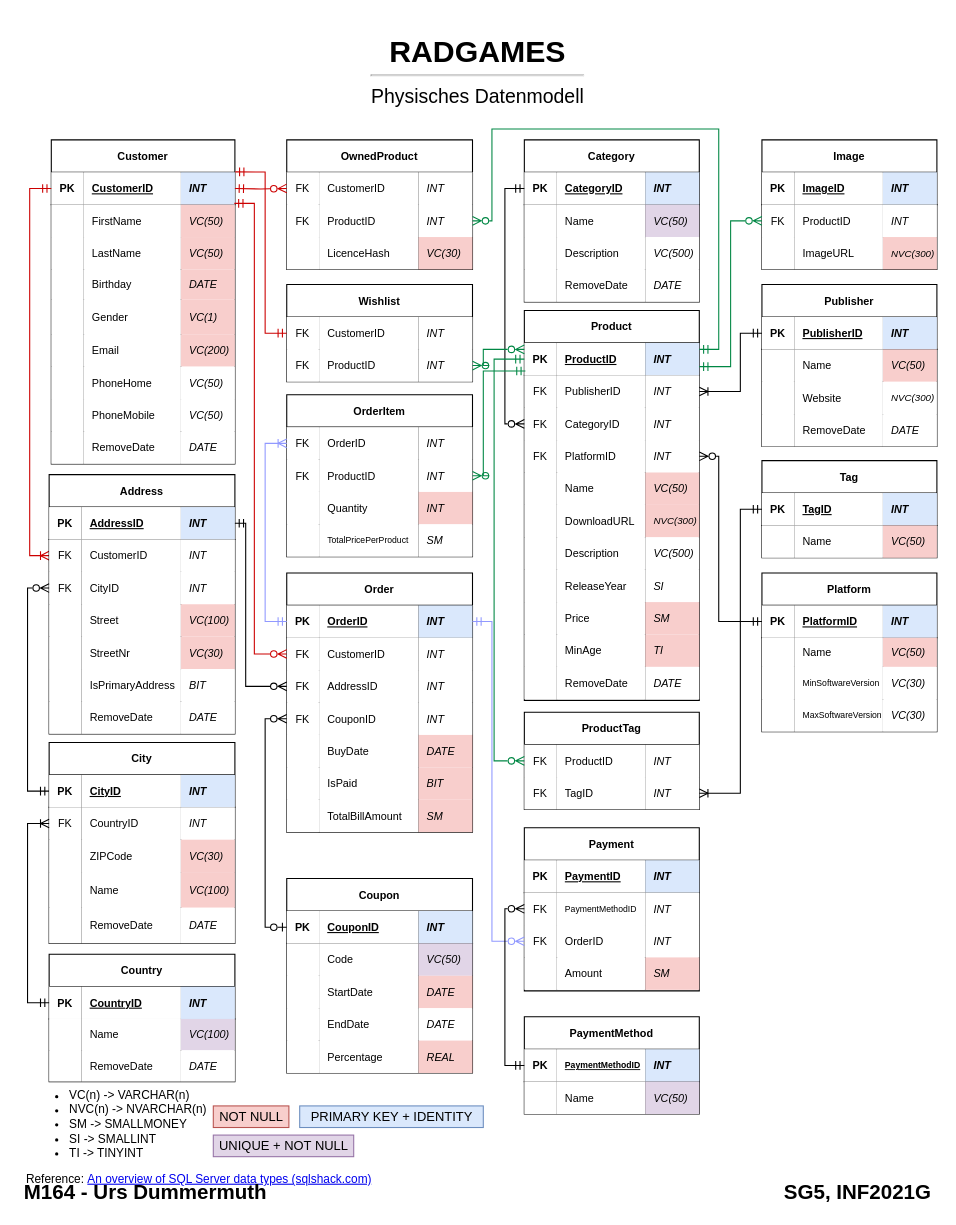
Earlier version of the draw.io diagram page "Physisch" (3 of 3) of Konzepte/Datenmodell.drawio (TD99/gibb-m164). Source tidied: cells renumbered, new cells numbered last; positions are measured from the earlier drawing's top-left corner, leaving out a move shared by most shapes. Both pictures are drawn from the tidied source at 108%, with x=0, y=0 at pixel (18, 29).
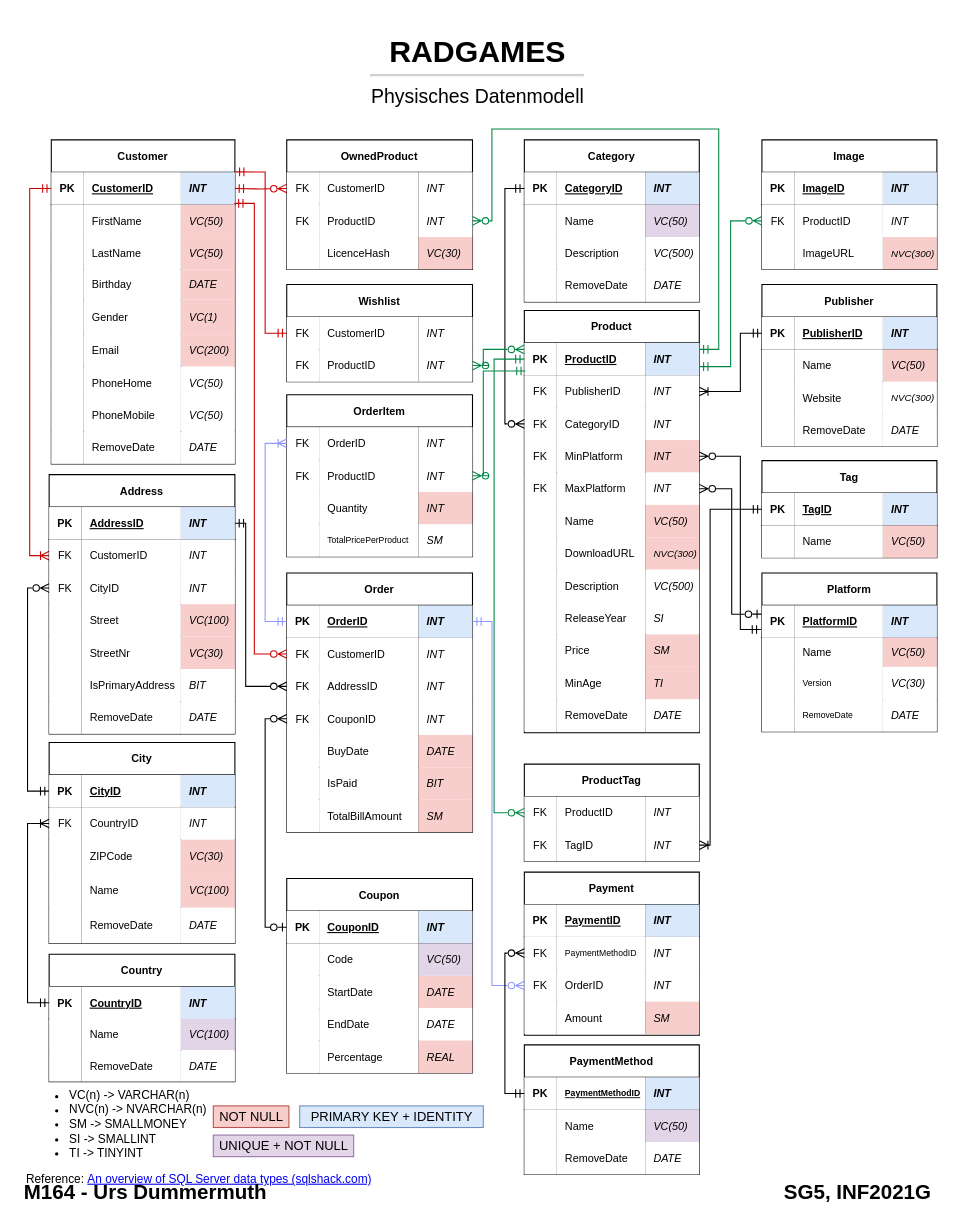
The same page after the edit.

The change refers to these unchanged cells:
```xml
<mxCell id="128" style="shape=tableRow;horizontal=0;startSize=0;swimlaneHead=0;swimlaneBody=0;fillColor=none;points=[[0,0.5],[1,0.5]];portConstraint=eastwest;top=0;left=0;right=0;bottom=1;fontSize=10;" parent="127" vertex="1">
  <mxGeometry y="30" width="172" height="30" as="geometry" />
</mxCell>
<mxCell id="199" style="shape=tableRow;horizontal=0;startSize=0;swimlaneHead=0;swimlaneBody=0;fillColor=none;points=[[0,0.5],[1,0.5]];portConstraint=eastwest;top=0;left=0;right=0;bottom=1;fontSize=10;" parent="198" vertex="1">
  <mxGeometry y="30" width="162" height="30" as="geometry" />
</mxCell>
<mxCell id="211" style="shape=tableRow;horizontal=0;startSize=0;swimlaneHead=0;swimlaneBody=0;fillColor=none;points=[[0,0.5],[1,0.5]];portConstraint=eastwest;top=0;left=0;right=0;bottom=0;fontSize=10;" parent="198" vertex="1">
  <mxGeometry y="120" width="162" height="30" as="geometry" />
</mxCell>
<mxCell id="246" style="shape=tableRow;horizontal=0;startSize=0;swimlaneHead=0;swimlaneBody=0;fillColor=none;points=[[0,0.5],[1,0.5]];portConstraint=eastwest;top=0;left=0;right=0;bottom=0;fontSize=10;" parent="245" vertex="1">
  <mxGeometry y="30" width="162" height="30" as="geometry" />
</mxCell>
<mxCell id="250" style="shape=tableRow;horizontal=0;startSize=0;swimlaneHead=0;swimlaneBody=0;fillColor=none;points=[[0,0.5],[1,0.5]];portConstraint=eastwest;top=0;left=0;right=0;bottom=0;fontSize=10;" parent="245" vertex="1">
  <mxGeometry y="60" width="162" height="30" as="geometry" />
</mxCell>
<mxCell id="281" style="shape=tableRow;horizontal=0;startSize=0;swimlaneHead=0;swimlaneBody=0;fillColor=none;points=[[0,0.5],[1,0.5]];portConstraint=eastwest;top=0;left=0;right=0;bottom=0;fontSize=10;" parent="276" vertex="1">
  <mxGeometry y="60" width="162" height="30" as="geometry" />
</mxCell>
<mxCell id="285" style="shape=tableRow;horizontal=0;startSize=0;swimlaneHead=0;swimlaneBody=0;fillColor=none;points=[[0,0.5],[1,0.5]];portConstraint=eastwest;top=0;left=0;right=0;bottom=0;fontSize=10;" parent="276" vertex="1">
  <mxGeometry y="90" width="162" height="30" as="geometry" />
</mxCell>
<mxCell id="294" style="shape=tableRow;horizontal=0;startSize=0;swimlaneHead=0;swimlaneBody=0;fillColor=none;points=[[0,0.5],[1,0.5]];portConstraint=eastwest;top=0;left=0;right=0;bottom=1;fontSize=10;" parent="293" vertex="1">
  <mxGeometry y="30" width="162" height="30" as="geometry" />
</mxCell>
<mxCell id="340" style="shape=tableRow;horizontal=0;startSize=0;swimlaneHead=0;swimlaneBody=0;fillColor=none;points=[[0,0.5],[1,0.5]];portConstraint=eastwest;top=0;left=0;right=0;bottom=1;fontSize=10;" parent="339" vertex="1">
  <mxGeometry y="30" width="162" height="30" as="geometry" />
</mxCell>
<mxCell id="349" style="shape=tableRow;horizontal=0;startSize=0;swimlaneHead=0;swimlaneBody=0;fillColor=none;points=[[0,0.5],[1,0.5]];portConstraint=eastwest;top=0;left=0;right=0;bottom=1;fontSize=10;" parent="348" vertex="1">
  <mxGeometry y="30" width="162" height="30" as="geometry" />
</mxCell>
<mxCell id="357" style="shape=tableRow;horizontal=0;startSize=0;swimlaneHead=0;swimlaneBody=0;fillColor=none;top=0;left=0;right=0;bottom=0;fontSize=10;" parent="348" vertex="1">
  <mxGeometry y="87" width="162" height="30" as="geometry" />
</mxCell>
<mxCell id="361" style="shape=tableRow;horizontal=0;startSize=0;swimlaneHead=0;swimlaneBody=0;fillColor=none;top=0;left=0;right=0;bottom=0;fontSize=10;" parent="348" vertex="1">
  <mxGeometry y="117" width="162" height="30" as="geometry" />
</mxCell>
```

What changed in the source:
```diff
@@
     <mxCell id="198" value="Product" style="shape=table;startSize=30;childLayout=tableLayout;rowLines=0;fontStyle=1;align=center;fontSize=10;fillColor=default;" parent="1" vertex="1">
-      <mxGeometry x="468" y="260" width="162" height="361" as="geometry" />
+      <mxGeometry x="468" y="260" width="162" height="391" as="geometry" />
     </mxCell>
@@
-    <mxCell id="212" value="FK" style="shape=partialRectangle;fillColor=default;top=0;left=0;bottom=0;right=0;overflow=hidden;fontSize=10;" parent="211" vertex="1">
-      <mxGeometry width="30" height="30" as="geometry" />
-    </mxCell>
-    <mxCell id="213" value="PlatformID" style="shape=partialRectangle;fillColor=default;top=0;left=0;bottom=0;right=0;align=left;spacingLeft=6;overflow=hidden;fontSize=10;" parent="211" vertex="1">
-      <mxGeometry x="30" width="82" height="30" as="geometry" />
-    </mxCell>
+    <mxCell id="371" value="FK" style="shape=partialRectangle;fillColor=default;top=0;left=0;bottom=0;right=0;overflow=hidden;fontSize=10;" parent="211" vertex="1">
+      <mxGeometry width="30" height="30" as="geometry" />
+    </mxCell>
+    <mxCell id="372" value="MinPlatform" style="shape=partialRectangle;fillColor=default;top=0;left=0;bottom=0;right=0;align=left;spacingLeft=6;overflow=hidden;fontSize=10;" parent="211" vertex="1">
+      <mxGeometry x="30" width="82" height="30" as="geometry" />
+    </mxCell>
+    <mxCell id="373" value="INT" style="shape=partialRectangle;fillColor=#f8cecc;top=0;left=0;bottom=0;right=0;align=left;spacingLeft=6;overflow=hidden;fontSize=10;fontStyle=2;strokeColor=#b85450;" parent="211" vertex="1">
+      <mxGeometry x="112" width="50" height="30" as="geometry" />
+    </mxCell>
+    <mxCell id="374" style="shape=tableRow;horizontal=0;startSize=0;swimlaneHead=0;swimlaneBody=0;fillColor=none;points=[[0,0.5],[1,0.5]];portConstraint=eastwest;top=0;left=0;right=0;bottom=0;fontSize=10;" parent="198" vertex="1">
+      <mxGeometry y="150" width="162" height="30" as="geometry" />
+    </mxCell>
+    <mxCell id="375" value="FK" style="shape=partialRectangle;fillColor=default;top=0;left=0;bottom=0;right=0;overflow=hidden;fontSize=10;" parent="374" vertex="1">
+      <mxGeometry width="30" height="30" as="geometry" />
+    </mxCell>
+    <mxCell id="376" value="MaxPlatform" style="shape=partialRectangle;fillColor=default;top=0;left=0;bottom=0;right=0;align=left;spacingLeft=6;overflow=hidden;fontSize=10;" parent="374" vertex="1">
+      <mxGeometry x="30" width="82" height="30" as="geometry" />
+    </mxCell>
-    <mxCell id="214" value="INT" style="shape=partialRectangle;fillColor=default;top=0;left=0;bottom=0;right=0;align=left;spacingLeft=6;overflow=hidden;fontSize=10;fontStyle=2;" parent="211" vertex="1">
+    <mxCell id="214" value="INT" style="shape=partialRectangle;fillColor=default;top=0;left=0;bottom=0;right=0;align=left;spacingLeft=6;overflow=hidden;fontSize=10;fontStyle=2;" parent="374" vertex="1">
       <mxGeometry x="112" width="50" height="30" as="geometry" />
     </mxCell>
     <mxCell id="215" style="shape=tableRow;horizontal=0;startSize=0;swimlaneHead=0;swimlaneBody=0;fillColor=none;top=0;left=0;right=0;bottom=0;fontSize=10;" parent="198" vertex="1">
-      <mxGeometry y="150" width="162" height="30" as="geometry" />
+      <mxGeometry y="180" width="162" height="30" as="geometry" />
     </mxCell>
@@
     <mxCell id="219" style="shape=tableRow;horizontal=0;startSize=0;swimlaneHead=0;swimlaneBody=0;fillColor=none;top=0;left=0;right=0;bottom=0;fontSize=10;" parent="198" vertex="1">
-      <mxGeometry y="180" width="162" height="30" as="geometry" />
+      <mxGeometry y="210" width="162" height="30" as="geometry" />
     </mxCell>
@@
     <mxCell id="223" style="shape=tableRow;horizontal=0;startSize=0;swimlaneHead=0;swimlaneBody=0;fillColor=none;top=0;left=0;right=0;bottom=0;fontSize=10;" parent="198" vertex="1">
-      <mxGeometry y="210" width="162" height="30" as="geometry" />
+      <mxGeometry y="240" width="162" height="30" as="geometry" />
     </mxCell>
@@
     <mxCell id="227" style="shape=tableRow;horizontal=0;startSize=0;swimlaneHead=0;swimlaneBody=0;fillColor=none;top=0;left=0;right=0;bottom=0;fontSize=10;" parent="198" vertex="1">
-      <mxGeometry y="240" width="162" height="30" as="geometry" />
+      <mxGeometry y="270" width="162" height="30" as="geometry" />
     </mxCell>
@@
     <mxCell id="231" style="shape=tableRow;horizontal=0;startSize=0;swimlaneHead=0;swimlaneBody=0;fillColor=none;top=0;left=0;right=0;bottom=0;fontSize=10;" parent="198" vertex="1">
-      <mxGeometry y="270" width="162" height="30" as="geometry" />
+      <mxGeometry y="300" width="162" height="30" as="geometry" />
     </mxCell>
@@
     <mxCell id="235" style="shape=tableRow;horizontal=0;startSize=0;swimlaneHead=0;swimlaneBody=0;fillColor=none;top=0;left=0;right=0;bottom=0;fontSize=10;" parent="198" vertex="1">
-      <mxGeometry y="300" width="162" height="30" as="geometry" />
+      <mxGeometry y="330" width="162" height="30" as="geometry" />
     </mxCell>
@@
     <mxCell id="239" style="shape=tableRow;horizontal=0;startSize=0;swimlaneHead=0;swimlaneBody=0;fillColor=none;top=0;left=0;right=0;bottom=0;fontSize=10;" parent="198" vertex="1">
-      <mxGeometry y="330" width="162" height="30" as="geometry" />
+      <mxGeometry y="360" width="162" height="30" as="geometry" />
     </mxCell>
@@
     <mxCell id="245" value="ProductTag" style="shape=table;startSize=30;childLayout=tableLayout;rowLines=0;fontStyle=1;align=center;fontSize=10;fillColor=none;" parent="1" vertex="1">
-      <mxGeometry x="468" y="632" width="162" height="90" as="geometry" />
+      <mxGeometry x="468" y="680" width="162" height="90" as="geometry" />
     </mxCell>
@@
     <mxCell id="276" value="Payment" style="shape=table;startSize=30;childLayout=tableLayout;rowLines=0;fontStyle=1;align=center;fontSize=10;fillColor=default;" parent="1" vertex="1">
-      <mxGeometry x="468" y="739" width="162" height="151" as="geometry" />
+      <mxGeometry x="468" y="780" width="162" height="151" as="geometry" />
     </mxCell>
@@
     <mxCell id="293" value="PaymentMethod" style="shape=table;startSize=30;childLayout=tableLayout;rowLines=0;fontStyle=1;align=center;fontSize=10;fillColor=default;" parent="1" vertex="1">
-      <mxGeometry x="468" y="914" width="162" height="90" as="geometry" />
+      <mxGeometry x="468" y="940" width="162" height="120" as="geometry" />
     </mxCell>
@@
+    <mxCell id="377" style="shape=tableRow;horizontal=0;startSize=0;swimlaneHead=0;swimlaneBody=0;fillColor=none;top=0;left=0;right=0;bottom=0;fontSize=10;" parent="293" vertex="1">
+      <mxGeometry y="90" width="162" height="30" as="geometry" />
+    </mxCell>
+    <mxCell id="378" style="shape=partialRectangle;fillColor=default;top=0;left=0;bottom=0;right=0;overflow=hidden;fontSize=10;" parent="377" vertex="1">
+      <mxGeometry width="30" height="30" as="geometry" />
+    </mxCell>
+    <mxCell id="379" value="RemoveDate" style="shape=partialRectangle;fillColor=default;top=0;left=0;bottom=0;right=0;align=left;spacingLeft=6;overflow=hidden;fontSize=10;" parent="377" vertex="1">
+      <mxGeometry x="30" width="82" height="30" as="geometry" />
+    </mxCell>
+    <mxCell id="380" value="DATE" style="shape=partialRectangle;top=0;left=0;bottom=0;right=0;align=left;spacingLeft=6;overflow=hidden;fontSize=10;fontStyle=2;" parent="377" vertex="1">
+      <mxGeometry x="112" width="50" height="30" as="geometry" />
+    </mxCell>
@@
     <mxCell id="304" style="rounded=0;jettySize=auto;html=1;startArrow=ERzeroToMany;startFill=0;endArrow=ERmandOne;endFill=0;exitX=0;exitY=0.5;exitDx=0;exitDy=0;entryX=0;entryY=0.5;entryDx=0;entryDy=0;edgeStyle=orthogonalEdgeStyle;strokeColor=#008744;" parent="1" edge="1" source="246" target="199">
       <mxGeometry relative="1" as="geometry">
         <Array as="points">
-          <mxPoint x="440" y="677" />
+          <mxPoint x="440" y="725" />
           <mxPoint x="440" y="305" />
         </Array>
       </mxGeometry>
     </mxCell>
     <mxCell id="305" style="edgeStyle=orthogonalEdgeStyle;rounded=0;jettySize=auto;html=1;entryX=1;entryY=0.5;entryDx=0;entryDy=0;startArrow=ERzeroToMany;startFill=0;endArrow=ERmandOne;endFill=0;exitX=0;exitY=0.5;exitDx=0;exitDy=0;strokeColor=#9199FF;" parent="1" edge="1" source="285" target="128">
       <mxGeometry relative="1" as="geometry">
         <Array as="points">
-          <mxPoint x="438" y="844" />
+          <mxPoint x="438" y="885" />
           <mxPoint x="438" y="548" />
         </Array>
       </mxGeometry>
     </mxCell>
     <mxCell id="306" style="edgeStyle=orthogonalEdgeStyle;rounded=0;jettySize=auto;html=1;entryX=0;entryY=0.5;entryDx=0;entryDy=0;startArrow=ERzeroToMany;startFill=0;endArrow=ERmandOne;endFill=0;exitX=0;exitY=0.5;exitDx=0;exitDy=0;" parent="1" edge="1" source="281" target="294">
       <mxGeometry relative="1" as="geometry">
         <Array as="points">
-          <mxPoint x="450" y="814" />
-          <mxPoint x="450" y="959" />
+          <mxPoint x="450" y="855" />
+          <mxPoint x="450" y="985" />
         </Array>
       </mxGeometry>
     </mxCell>
@@
-    <mxCell id="359" value="MinSoftwareVersion" style="shape=partialRectangle;fillColor=default;top=0;left=0;bottom=0;right=0;align=left;spacingLeft=6;overflow=hidden;fontSize=8;" parent="357" vertex="1">
+    <mxCell id="359" value="Version" style="shape=partialRectangle;fillColor=default;top=0;left=0;bottom=0;right=0;align=left;spacingLeft=6;overflow=hidden;fontSize=8;" parent="357" vertex="1">
       <mxGeometry x="30" width="82" height="30" as="geometry" />
     </mxCell>
@@
-    <mxCell id="362" style="shape=partialRectangle;fillColor=default;top=0;left=0;bottom=0;right=0;overflow=hidden;fontSize=10;" parent="361" vertex="1">
-      <mxGeometry width="30" height="30" as="geometry" />
-    </mxCell>
-    <mxCell id="363" value="MaxSoftwareVersion" style="shape=partialRectangle;fillColor=default;top=0;left=0;bottom=0;right=0;align=left;spacingLeft=6;overflow=hidden;fontSize=8;" parent="361" vertex="1">
-      <mxGeometry x="30" width="82" height="30" as="geometry" />
-    </mxCell>
-    <mxCell id="364" value="VC(30)" style="shape=partialRectangle;top=0;left=0;bottom=0;right=0;align=left;spacingLeft=6;overflow=hidden;fontSize=10;fontStyle=2;" parent="361" vertex="1">
-      <mxGeometry x="112" width="50" height="30" as="geometry" />
-    </mxCell>
+    <mxCell id="381" style="shape=partialRectangle;fillColor=default;top=0;left=0;bottom=0;right=0;overflow=hidden;fontSize=10;" parent="361" vertex="1">
+      <mxGeometry width="30" height="30" as="geometry" />
+    </mxCell>
+    <mxCell id="382" value="RemoveDate" style="shape=partialRectangle;fillColor=default;top=0;left=0;bottom=0;right=0;align=left;spacingLeft=6;overflow=hidden;fontSize=8;" parent="361" vertex="1">
+      <mxGeometry x="30" width="82" height="30" as="geometry" />
+    </mxCell>
+    <mxCell id="383" value="DATE" style="shape=partialRectangle;top=0;left=0;bottom=0;right=0;align=left;spacingLeft=6;overflow=hidden;fontSize=10;fontStyle=2;" parent="361" vertex="1">
+      <mxGeometry x="112" width="50" height="30" as="geometry" />
+    </mxCell>
     <mxCell id="365" style="rounded=0;jettySize=auto;html=1;startArrow=ERmandOne;startFill=0;endArrow=ERoneToMany;endFill=0;exitX=0;exitY=0.5;exitDx=0;exitDy=0;entryX=1;entryY=0.5;entryDx=0;entryDy=0;edgeStyle=orthogonalEdgeStyle;" parent="1" edge="1" source="340" target="250">
       <mxGeometry relative="1" as="geometry">
         <Array as="points">
-          <mxPoint x="668" y="444" />
-          <mxPoint x="668" y="707" />
+          <mxPoint x="640" y="444" />
+          <mxPoint x="640" y="755" />
         </Array>
       </mxGeometry>
     </mxCell>
-    <mxCell id="366" style="edgeStyle=orthogonalEdgeStyle;rounded=0;jettySize=auto;html=1;exitX=1;exitY=0.5;exitDx=0;exitDy=0;entryX=0;entryY=0.5;entryDx=0;entryDy=0;fontSize=10;startArrow=ERzeroToMany;startFill=0;endArrow=ERmandOne;endFill=0;" parent="1" edge="1" source="211" target="349">
-      <mxGeometry relative="1" as="geometry">
-        <Array as="points">
-          <mxPoint x="648" y="395" />
-          <mxPoint x="648" y="548" />
-        </Array>
-      </mxGeometry>
-    </mxCell>
@@
+    <mxCell id="366" style="edgeStyle=orthogonalEdgeStyle;rounded=0;jettySize=auto;html=1;startArrow=ERzeroToMany;startFill=0;endArrow=ERmandOne;endFill=0;exitX=1;exitY=0.5;exitDx=0;exitDy=0;entryX=-0.006;entryY=0.745;entryDx=0;entryDy=0;entryPerimeter=0;" parent="1" edge="1" source="211" target="349">
+      <mxGeometry relative="1" as="geometry">
+        <Array as="points">
+          <mxPoint x="668" y="395" />
+          <mxPoint x="668" y="555" />
+          <mxPoint x="687" y="555" />
+        </Array>
+      </mxGeometry>
+    </mxCell>
+    <mxCell id="384" style="edgeStyle=orthogonalEdgeStyle;rounded=0;jettySize=auto;html=1;entryX=-0.003;entryY=0.272;entryDx=0;entryDy=0;startArrow=ERzeroToMany;startFill=0;endArrow=ERzeroToOne;endFill=0;exitX=1;exitY=0.5;exitDx=0;exitDy=0;entryPerimeter=0;" parent="1" edge="1" source="374" target="349">
+      <mxGeometry relative="1" as="geometry">
+        <Array as="points">
+          <mxPoint x="660" y="425" />
+          <mxPoint x="660" y="541" />
+        </Array>
+      </mxGeometry>
+    </mxCell>
```
